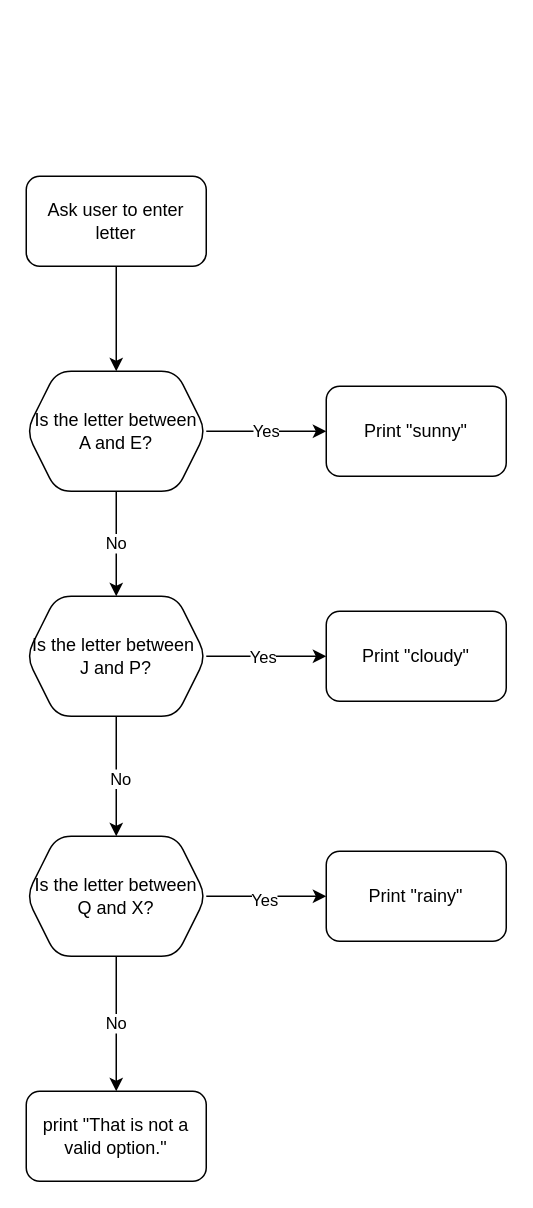
Above: mod2.drawio in smithjustinc/csc205 (draw.io), before the change. Source tidied: cells renumbered, new cells numbered last; positions are measured from the earlier drawing's top-left corner, leaving out a move shared by most shapes. Both pictures are drawn from the tidied source at 150%, with x=0, y=0 at pixel (26, 176).
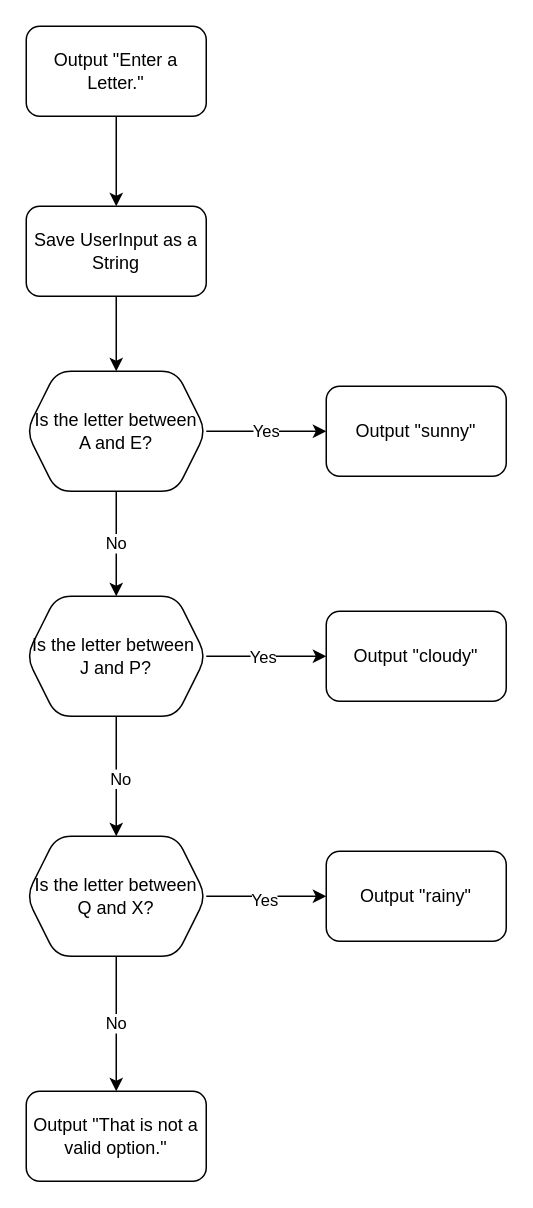
After the change.

Diff of the diagram source:
```diff
@@
+    <mxCell id="20" style="edgeStyle=orthogonalEdgeStyle;rounded=0;jettySize=auto;html=1;entryX=0.5;entryY=0;entryDx=0;entryDy=0;exitX=0.5;exitY=1;exitDx=0;exitDy=0;" parent="1" edge="1" source="21" target="3">
+      <mxGeometry relative="1" as="geometry" />
+    </mxCell>
-    <mxCell id="3" value="Ask user to enter letter" style="rounded=1;whiteSpace=wrap;html=1;" parent="1" vertex="1">
-      <mxGeometry width="120" height="60" as="geometry" />
+    <mxCell id="3" value="Save UserInput as a String" style="rounded=1;whiteSpace=wrap;html=1;" parent="1" vertex="1">
+      <mxGeometry y="20" width="120" height="60" as="geometry" />
     </mxCell>
@@
-    <mxCell id="7" value="Print &quot;sunny&quot;" style="rounded=1;whiteSpace=wrap;html=1;" parent="1" vertex="1">
+    <mxCell id="7" value="Output &quot;sunny&quot;" style="rounded=1;whiteSpace=wrap;html=1;" parent="1" vertex="1">
       <mxGeometry x="200" y="140" width="120" height="60" as="geometry" />
     </mxCell>
@@
-    <mxCell id="17" value="Print &quot;rainy&quot;" style="rounded=1;whiteSpace=wrap;html=1;" parent="1" vertex="1">
+    <mxCell id="17" value="Output&amp;nbsp;&quot;rainy&quot;" style="rounded=1;whiteSpace=wrap;html=1;" parent="1" vertex="1">
       <mxGeometry x="200" y="450" width="120" height="60" as="geometry" />
     </mxCell>
-    <mxCell id="18" value="Print &quot;cloudy&quot;" style="rounded=1;whiteSpace=wrap;html=1;" parent="1" vertex="1">
+    <mxCell id="18" value="Output&amp;nbsp;&quot;cloudy&quot;" style="rounded=1;whiteSpace=wrap;html=1;" parent="1" vertex="1">
       <mxGeometry x="200" y="290" width="120" height="60" as="geometry" />
     </mxCell>
-    <mxCell id="19" value="print &quot;That is not a valid option.&quot;" style="whiteSpace=wrap;html=1;rounded=1;" parent="1" vertex="1">
+    <mxCell id="19" value="Output&amp;nbsp;&quot;That is not a valid option.&quot;" style="whiteSpace=wrap;html=1;rounded=1;" parent="1" vertex="1">
       <mxGeometry y="610" width="120" height="60" as="geometry" />
     </mxCell>
+    <mxCell id="21" value="Output &quot;Enter a Letter.&quot;" style="whiteSpace=wrap;html=1;rounded=1;" parent="1" vertex="1">
+      <mxGeometry y="-100" width="120" height="60" as="geometry" />
+    </mxCell>
```
